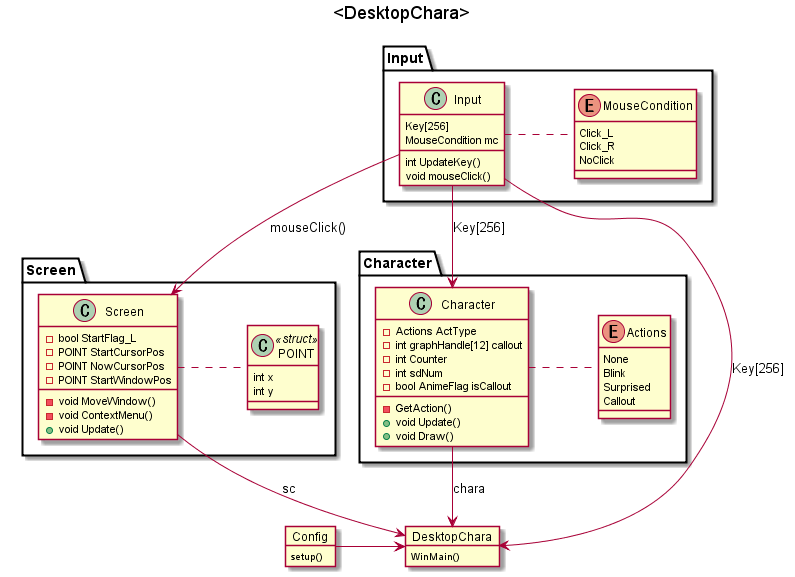
Earlier version of the PlantUML export ClassSheet.png (88IO/DesktopChara).
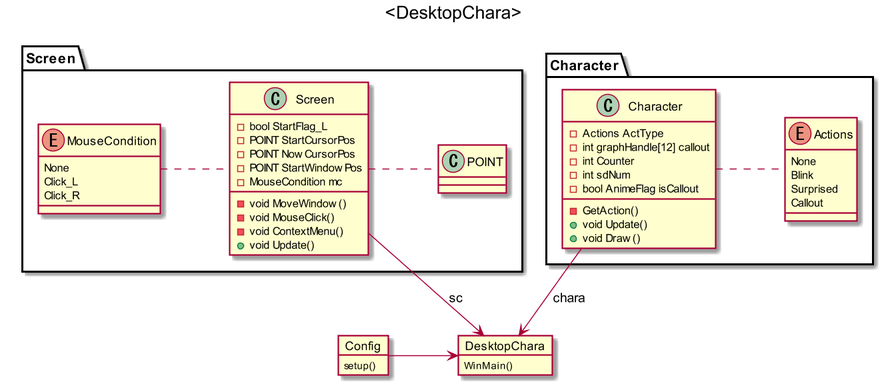
After the change.

What changed in the source:
```diff
@@ -1,4 +1,5 @@
 @startuml
+scale 1.5
 
 title <DesktopChara>
 
@@ -10,29 +11,11 @@
     setup()
 }
 
-package Input {
+package Screen {
     enum MouseCondition {
+        None
         Click_L
         Click_R
-        NoClick
-    }
-
-    class Input {
-        Key[256]
-        MouseCondition mc
-        int UpdateKey()
-        void mouseClick()
-    }
-
-    MouseCondition .le- Input
-}
-
-
-
-package Screen {
-    class POINT <<struct>>{
-        int x
-        int y
     }
 
     class Screen {
@@ -40,11 +23,13 @@
         -POINT StartCursorPos
         -POINT NowCursorPos
         -POINT StartWindowPos
+        -MouseCondition mc
         -void MoveWindow()
+        -void MouseClick()
         -void ContextMenu()
         +void Update()
     }
-
+    MouseCondition .ri- Screen
     POINT .le- Screen
 }
 
@@ -71,12 +56,8 @@
     Actions .le- Character
 }
 
-Input -> Screen :mouseClick()
-Input -> Character :Key[256]
-
 Character -> DesktopChara :chara
 Screen -> DesktopChara :sc
 Config -ri> DesktopChara
-Input -> DesktopChara :Key[256]
 
 @endtuml
```
